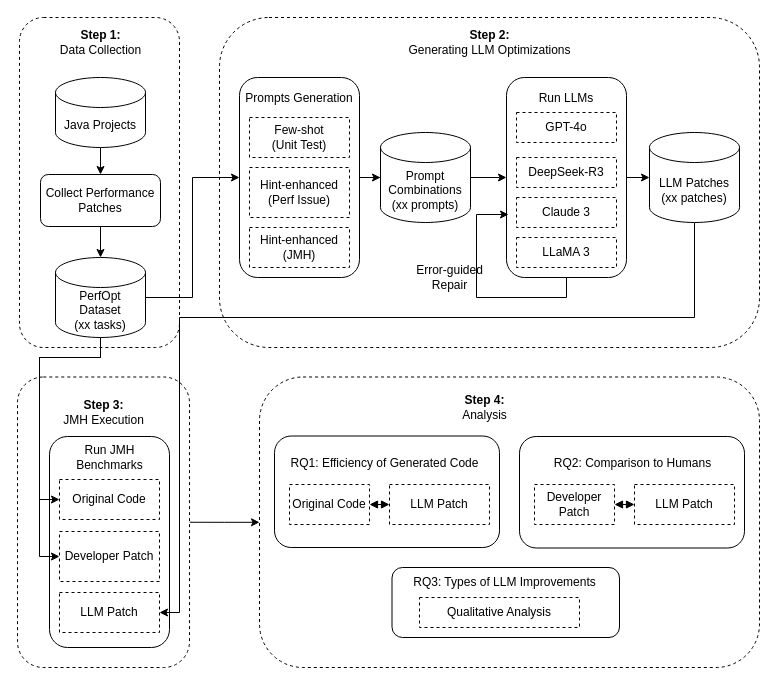
Before: benchmark_llm-philipp.drawio in icetlab/EvalLLMforJava, a draw.io diagram. Source tidied: cells renumbered, new cells numbered last; positions are measured from the earlier drawing's top-left corner, leaving out a move shared by most shapes. Both pictures are drawn from the tidied source at 100%, with x=0, y=0 at pixel (17, 17).
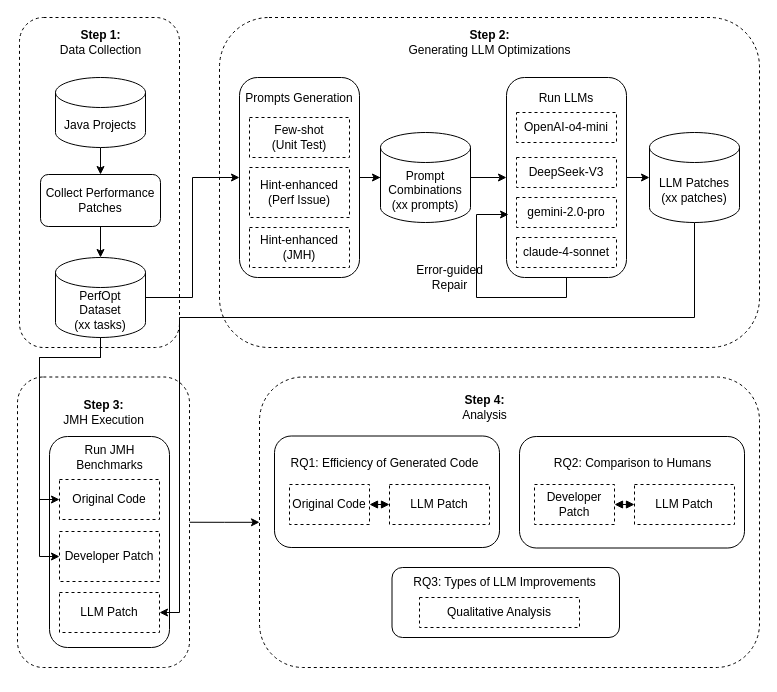
The same page after the edit.

Commit message (it also covers changes not shown here):
Claude and gemini.

Unchanged cells that the change refers to:
```xml
<mxCell id="27" style="group;" parent="1" vertex="1">
  <mxGeometry x="459" y="60" width="150" height="220" as="geometry" />
</mxCell>
```

Change to the diagram source:
```diff
@@
-    <mxCell id="29" value="GPT-4o" style="rounded=0;whiteSpace=wrap;html=1;dashed=1;fontFamily=Helvetica;" parent="27" vertex="1">
+    <mxCell id="29" value="OpenAI-o4-mini" style="rounded=0;whiteSpace=wrap;html=1;dashed=1;fontFamily=Helvetica;" parent="27" vertex="1">
       <mxGeometry x="40" y="35" width="100" height="30" as="geometry" />
     </mxCell>
-    <mxCell id="30" value="DeepSeek-R3" style="rounded=0;whiteSpace=wrap;html=1;strokeColor=default;dashed=1;fontFamily=Helvetica;" parent="27" vertex="1">
+    <mxCell id="30" value="DeepSeek-V3" style="rounded=0;whiteSpace=wrap;html=1;strokeColor=default;dashed=1;fontFamily=Helvetica;" parent="27" vertex="1">
       <mxGeometry x="40" y="80" width="100" height="30" as="geometry" />
     </mxCell>
-    <mxCell id="31" value="Claude 3" style="rounded=0;whiteSpace=wrap;html=1;dashed=1;fontFamily=Helvetica;" parent="27" vertex="1">
+    <mxCell id="31" value="gemini-2.0-pro" style="rounded=0;whiteSpace=wrap;html=1;dashed=1;fontFamily=Helvetica;" parent="27" vertex="1">
       <mxGeometry x="40" y="120" width="100" height="30" as="geometry" />
     </mxCell>
-    <mxCell id="32" value="LLaMA 3" style="rounded=0;whiteSpace=wrap;html=1;dashed=1;fontFamily=Helvetica;" parent="27" vertex="1">
+    <mxCell id="32" value="claude-4-sonnet" style="rounded=0;whiteSpace=wrap;html=1;dashed=1;fontFamily=Helvetica;" parent="27" vertex="1">
       <mxGeometry x="40" y="160" width="100" height="30" as="geometry" />
     </mxCell>
```
